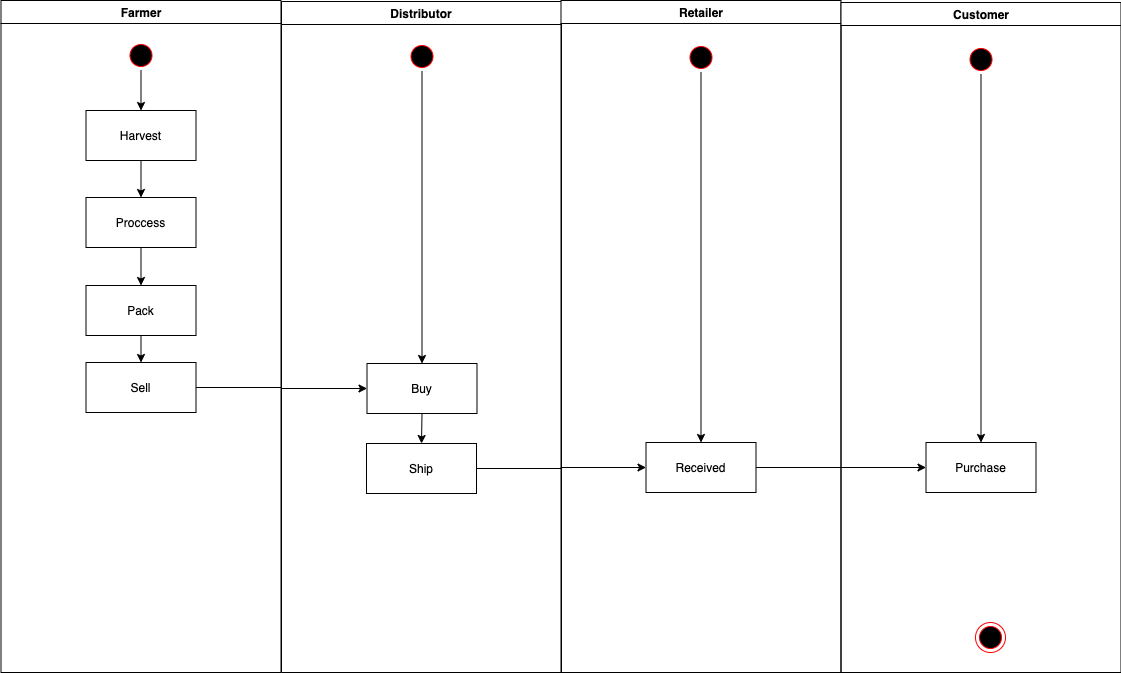
Before: images/activity-diagram.png, a diagram exported from draw.io (bartosz-lipinski/supplychain-mgmt). Source tidied: cells renumbered, new cells last; positions are measured from the earlier drawing's top-left corner, leaving out a move shared by most shapes.
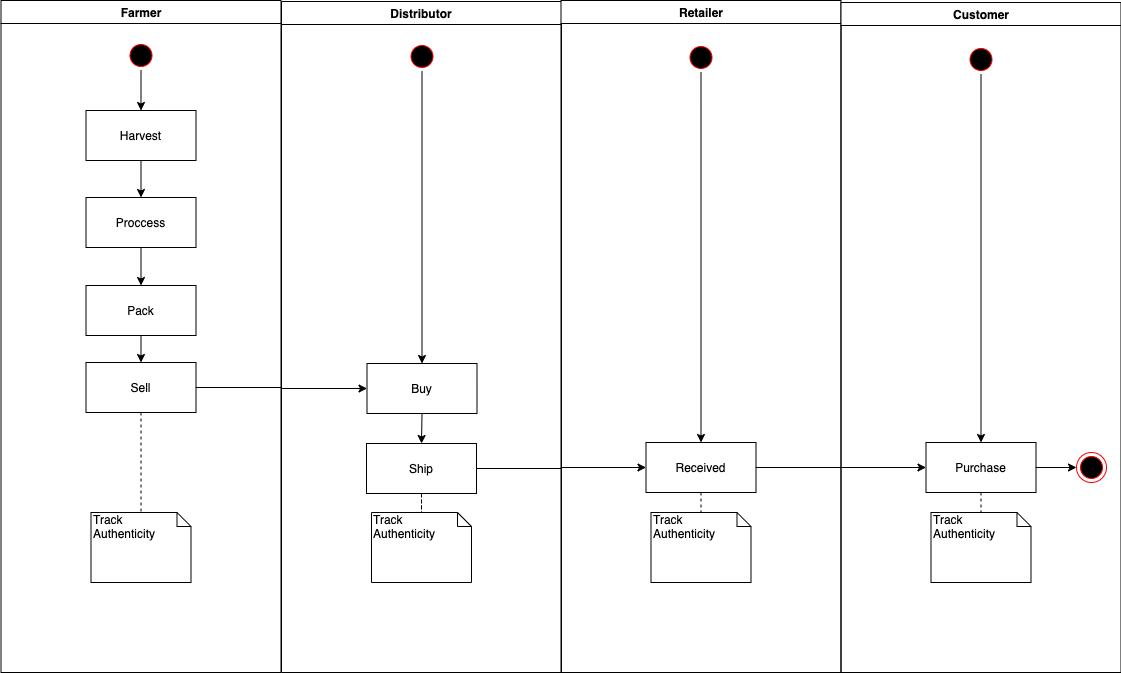
The same diagram one commit later.

Diff of the diagram source:
```diff
@@ -29,9 +29,15 @@
     <mxCell id="10" value="Pack" parent="2" vertex="1">
       <mxGeometry x="85" y="285" width="110" height="50" as="geometry" />
     </mxCell>
+    <mxCell id="30" style="edgeStyle=orthogonalEdgeStyle;rounded=0;jettySize=auto;html=1;exitX=0.5;exitY=1;exitDx=0;exitDy=0;dashed=1;endArrow=none;endFill=0;" parent="2" edge="1" source="11" target="31">
+      <mxGeometry relative="1" as="geometry" />
+    </mxCell>
     <mxCell id="11" value="Sell" parent="2" vertex="1">
       <mxGeometry x="85" y="362" width="110" height="50" as="geometry" />
     </mxCell>
+    <mxCell id="31" value="Track&lt;br&gt;Authenticity" style="shape=note;whiteSpace=wrap;html=1;size=14;verticalAlign=top;align=left;spacingTop=-6;" parent="2" vertex="1">
+      <mxGeometry x="90" y="512" width="100" height="70" as="geometry" />
+    </mxCell>
     <mxCell id="12" value="Distributor" style="swimlane;whiteSpace=wrap;" parent="1" vertex="1">
       <mxGeometry x="281" y="1" width="280" height="671" as="geometry" />
     </mxCell>
@@ -47,9 +53,15 @@
     <mxCell id="16" value="Buy" parent="12" vertex="1">
       <mxGeometry x="85.5" y="362" width="110" height="50" as="geometry" />
     </mxCell>
+    <mxCell id="32" style="edgeStyle=orthogonalEdgeStyle;rounded=0;jettySize=auto;html=1;exitX=0.5;exitY=1;exitDx=0;exitDy=0;dashed=1;endArrow=none;endFill=0;" parent="12" edge="1" source="17" target="33">
+      <mxGeometry relative="1" as="geometry" />
+    </mxCell>
     <mxCell id="17" value="Ship" parent="12" vertex="1">
       <mxGeometry x="85" y="442" width="110" height="50" as="geometry" />
     </mxCell>
+    <mxCell id="33" value="Track&lt;br&gt;Authenticity" style="shape=note;whiteSpace=wrap;html=1;size=14;verticalAlign=top;align=left;spacingTop=-6;" parent="12" vertex="1">
+      <mxGeometry x="90" y="511" width="100" height="70" as="geometry" />
+    </mxCell>
     <mxCell id="18" value="Retailer" style="swimlane;whiteSpace=wrap;" parent="1" vertex="1">
       <mxGeometry x="560.5" width="280" height="672" as="geometry" />
     </mxCell>
@@ -59,14 +71,20 @@
     <mxCell id="20" style="ellipse;shape=startState;fillColor=#000000;strokeColor=#ff0000;" parent="18" vertex="1">
       <mxGeometry x="125" y="42" width="30" height="30" as="geometry" />
     </mxCell>
+    <mxCell id="34" style="edgeStyle=orthogonalEdgeStyle;rounded=0;jettySize=auto;html=1;exitX=0.5;exitY=1;exitDx=0;exitDy=0;entryX=0.5;entryY=0;entryDx=0;entryDy=0;entryPerimeter=0;dashed=1;endArrow=none;endFill=0;" parent="18" edge="1" source="21" target="35">
+      <mxGeometry relative="1" as="geometry" />
+    </mxCell>
     <mxCell id="21" value="Received" parent="18" vertex="1">
       <mxGeometry x="85" y="442" width="110" height="50" as="geometry" />
     </mxCell>
+    <mxCell id="35" value="Track&lt;br&gt;Authenticity" style="shape=note;whiteSpace=wrap;html=1;size=14;verticalAlign=top;align=left;spacingTop=-6;" parent="18" vertex="1">
+      <mxGeometry x="90" y="512" width="100" height="70" as="geometry" />
+    </mxCell>
     <mxCell id="22" value="Customer" style="swimlane;whiteSpace=wrap;" parent="1" vertex="1">
       <mxGeometry x="840.5" y="2" width="280" height="670" as="geometry" />
     </mxCell>
     <mxCell id="23" style="ellipse;shape=endState;fillColor=#000000;strokeColor=#ff0000;" parent="22" vertex="1">
-      <mxGeometry x="134.5" y="620" width="30" height="30" as="geometry" />
+      <mxGeometry x="235.5" y="450" width="30" height="30" as="geometry" />
     </mxCell>
     <mxCell id="24" style="edgeStyle=orthogonalEdgeStyle;rounded=0;jettySize=auto;html=1;exitX=0.5;exitY=1;exitDx=0;exitDy=0;" parent="22" edge="1" source="25" target="26">
       <mxGeometry relative="1" as="geometry" />
@@ -74,9 +92,18 @@
     <mxCell id="25" style="ellipse;shape=startState;fillColor=#000000;strokeColor=#ff0000;" parent="22" vertex="1">
       <mxGeometry x="125" y="42" width="30" height="30" as="geometry" />
     </mxCell>
+    <mxCell id="36" style="edgeStyle=orthogonalEdgeStyle;rounded=0;jettySize=auto;html=1;exitX=0.5;exitY=1;exitDx=0;exitDy=0;entryX=0.5;entryY=0;entryDx=0;entryDy=0;entryPerimeter=0;dashed=1;endArrow=none;endFill=0;" parent="22" edge="1" source="26" target="38">
+      <mxGeometry relative="1" as="geometry" />
+    </mxCell>
+    <mxCell id="37" style="edgeStyle=orthogonalEdgeStyle;rounded=0;jettySize=auto;html=1;exitX=1;exitY=0.5;exitDx=0;exitDy=0;entryX=0;entryY=0.5;entryDx=0;entryDy=0;endArrow=classic;endFill=1;" parent="22" edge="1" source="26" target="23">
+      <mxGeometry relative="1" as="geometry" />
+    </mxCell>
     <mxCell id="26" value="Purchase" parent="22" vertex="1">
       <mxGeometry x="85" y="440" width="110" height="50" as="geometry" />
     </mxCell>
+    <mxCell id="38" value="Track&lt;br&gt;Authenticity" style="shape=note;whiteSpace=wrap;html=1;size=14;verticalAlign=top;align=left;spacingTop=-6;" parent="22" vertex="1">
+      <mxGeometry x="90" y="510" width="100" height="70" as="geometry" />
+    </mxCell>
     <mxCell id="27" style="edgeStyle=orthogonalEdgeStyle;rounded=0;jettySize=auto;html=1;exitX=1;exitY=0.5;exitDx=0;exitDy=0;" parent="1" edge="1" source="11" target="16">
       <mxGeometry relative="1" as="geometry" />
     </mxCell>
```
